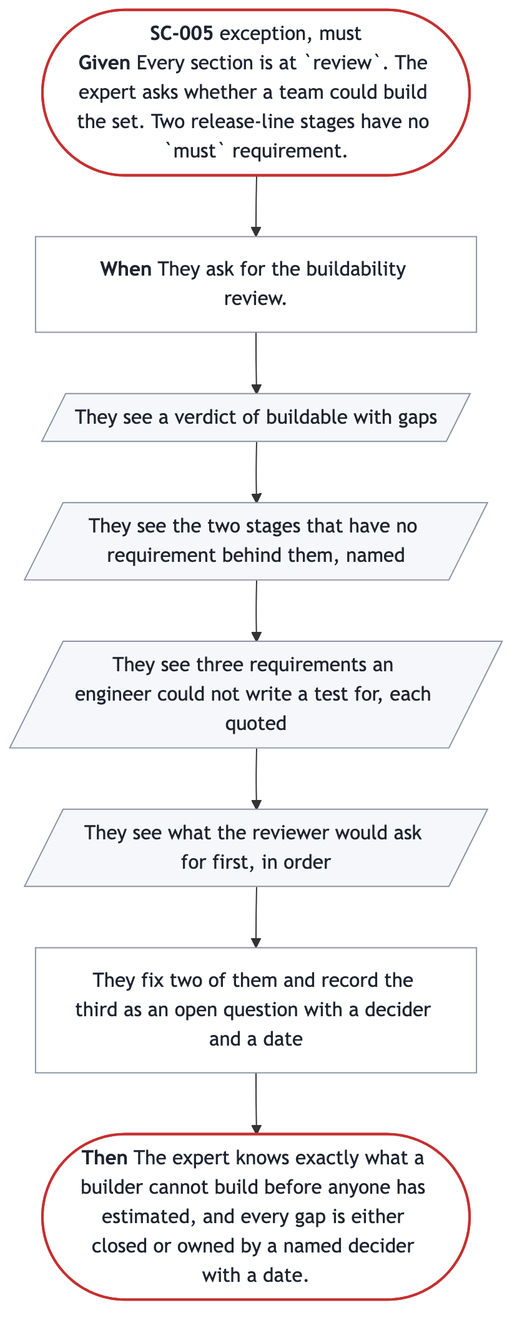
Before: docs/prd/prd-forge/diagrams/SC-005.png, a diagram exported from Mermaid (SpillwaveSolutions/prd-forge). Its source is kept beside it as docs/prd/prd-forge/diagrams/SC-005.mmd.
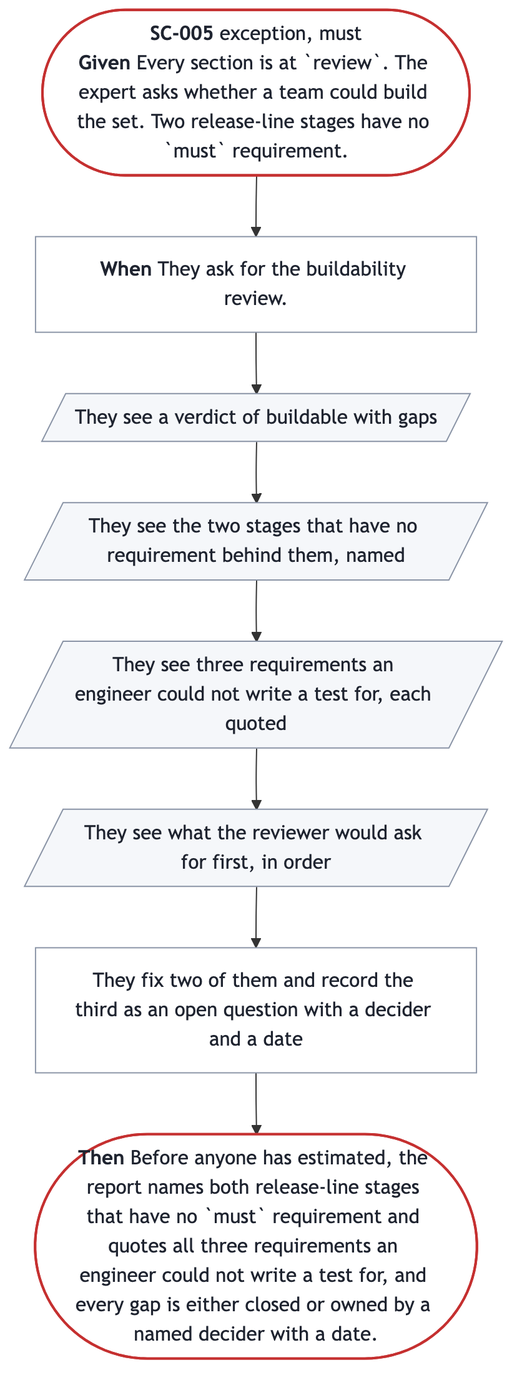
After the change.

What changed in the source:
```diff
@@ -7,7 +7,7 @@
   s2[/"They see three requirements an engineer could not write a test for, each quoted"/]
   s3[/"They see what the reviewer would ask for first, in order"/]
   s4["They fix two of them and record the third as an open question with a decider and a date"]
-  done(["<b>Then</b> The expert knows exactly what a builder cannot build before anyone has estimated, and every gap is either closed or owned by a named decider with a date."])
+  done(["<b>Then</b> Before anyone has estimated, the report names both release-line stages that have no `must` requirement and quotes all three requirements an engineer could not write a test for, and every gap is either closed or owned by a named decider with a date."])
   start --> trigger --> s0 --> s1 --> s2 --> s3 --> s4 --> done
   classDef ends fill:#FFFFFF,stroke:#C53030,stroke-width:2px,color:#1F2430
   classDef sees fill:#F5F7FA,stroke:#8A94A6,color:#1F2430
```
